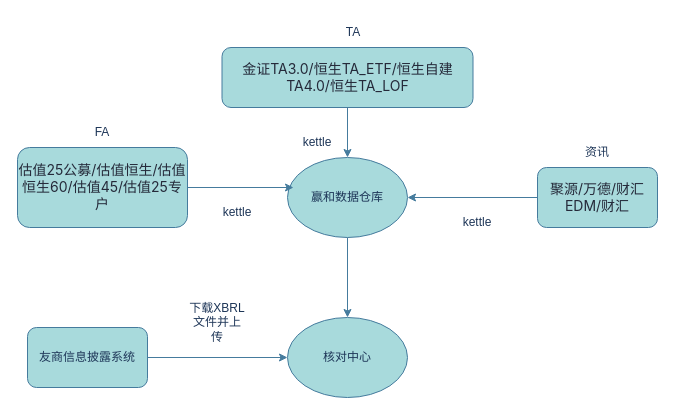
Before: 关联关系图.drawio in malianghorse/elsfk, a draw.io diagram. Source tidied: cells renumbered, new cells numbered last; positions are measured from the earlier drawing's top-left corner, leaving out a move shared by most shapes. Both pictures are drawn from the tidied source at 100%, with x=0, y=0 at pixel (17, 17).
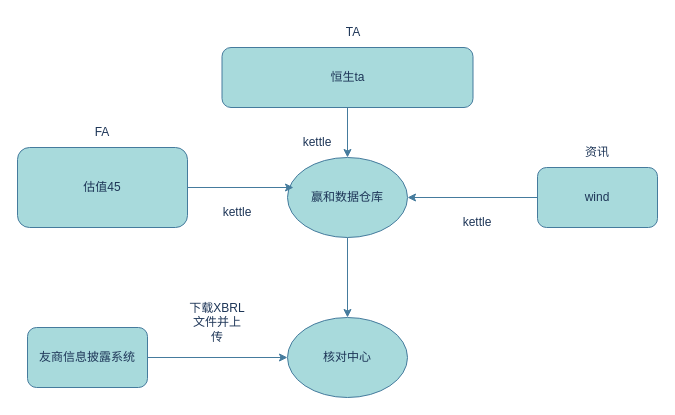
The same page after the edit.

Commit message:
更新关联关系图.drawio

Change to the diagram source:
```diff
@@
 <mxGraphModel>
   <root>
     <mxCell id="0" />
     <mxCell id="1" parent="0" />
     <mxCell id="2" style="edgeStyle=orthogonalEdgeStyle;rounded=0;jettySize=auto;html=1;labelBackgroundColor=#F1FAEE;strokeColor=#457B9D;fontColor=#1D3557;" parent="1" edge="1" source="3" target="15">
       <mxGeometry relative="1" as="geometry" />
     </mxCell>
     <mxCell id="3" value="赢和数据仓库" style="ellipse;whiteSpace=wrap;html=1;fillColor=#A8DADC;strokeColor=#457B9D;fontColor=#1D3557;" parent="1" vertex="1">
       <mxGeometry x="270" y="140" width="120" height="80" as="geometry" />
     </mxCell>
     <mxCell id="4" style="edgeStyle=orthogonalEdgeStyle;rounded=0;jettySize=auto;html=1;labelBackgroundColor=#F1FAEE;strokeColor=#457B9D;fontColor=#1D3557;" parent="1" edge="1" source="5" target="3">
       <mxGeometry relative="1" as="geometry" />
     </mxCell>
-    <mxCell id="5" value="&lt;span style=&quot;color: rgb(37, 42, 58); font-family: -apple-system, BlinkMacSystemFont, &amp;quot;Segoe UI&amp;quot;, &amp;quot;PingFang SC&amp;quot;, &amp;quot;Hiragino Sans GB&amp;quot;, &amp;quot;Microsoft YaHei&amp;quot;, &amp;quot;Helvetica Neue&amp;quot;, Helvetica, Arial, sans-serif, &amp;quot;Apple Color Emoji&amp;quot;, &amp;quot;Segoe UI Emoji&amp;quot;, &amp;quot;Segoe UI Symbol&amp;quot;; font-size: 14px; text-align: left;&quot;&gt;金证TA3.0/&lt;/span&gt;&lt;span style=&quot;color: rgb(37, 42, 58); font-family: -apple-system, BlinkMacSystemFont, &amp;quot;Segoe UI&amp;quot;, &amp;quot;PingFang SC&amp;quot;, &amp;quot;Hiragino Sans GB&amp;quot;, &amp;quot;Microsoft YaHei&amp;quot;, &amp;quot;Helvetica Neue&amp;quot;, Helvetica, Arial, sans-serif, &amp;quot;Apple Color Emoji&amp;quot;, &amp;quot;Segoe UI Emoji&amp;quot;, &amp;quot;Segoe UI Symbol&amp;quot;; font-size: 14px; text-align: left;&quot;&gt;恒生TA_ETF/&lt;/span&gt;&lt;span style=&quot;color: rgb(37, 42, 58); font-family: -apple-system, BlinkMacSystemFont, &amp;quot;Segoe UI&amp;quot;, &amp;quot;PingFang SC&amp;quot;, &amp;quot;Hiragino Sans GB&amp;quot;, &amp;quot;Microsoft YaHei&amp;quot;, &amp;quot;Helvetica Neue&amp;quot;, Helvetica, Arial, sans-serif, &amp;quot;Apple Color Emoji&amp;quot;, &amp;quot;Segoe UI Emoji&amp;quot;, &amp;quot;Segoe UI Symbol&amp;quot;; font-size: 14px; text-align: left;&quot;&gt;恒生自建TA4.0/&lt;/span&gt;&lt;span style=&quot;color: rgb(37, 42, 58); font-family: -apple-system, BlinkMacSystemFont, &amp;quot;Segoe UI&amp;quot;, &amp;quot;PingFang SC&amp;quot;, &amp;quot;Hiragino Sans GB&amp;quot;, &amp;quot;Microsoft YaHei&amp;quot;, &amp;quot;Helvetica Neue&amp;quot;, Helvetica, Arial, sans-serif, &amp;quot;Apple Color Emoji&amp;quot;, &amp;quot;Segoe UI Emoji&amp;quot;, &amp;quot;Segoe UI Symbol&amp;quot;; font-size: 14px; text-align: left;&quot;&gt;恒生TA_LOF&lt;/span&gt;" style="rounded=1;whiteSpace=wrap;html=1;fillColor=#A8DADC;strokeColor=#457B9D;fontColor=#1D3557;" parent="1" vertex="1">
+    <mxCell id="5" value="恒生ta" style="rounded=1;whiteSpace=wrap;html=1;fillColor=#A8DADC;strokeColor=#457B9D;fontColor=#1D3557;" parent="1" vertex="1">
       <mxGeometry x="204.5" y="30" width="251" height="60" as="geometry" />
     </mxCell>
     <mxCell id="6" style="edgeStyle=orthogonalEdgeStyle;rounded=0;jettySize=auto;html=1;entryX=0.05;entryY=0.375;entryDx=0;entryDy=0;entryPerimeter=0;labelBackgroundColor=#F1FAEE;strokeColor=#457B9D;fontColor=#1D3557;" parent="1" edge="1" source="7" target="3">
       <mxGeometry relative="1" as="geometry" />
     </mxCell>
-    <mxCell id="7" value="&lt;span style=&quot;color: rgb(37, 42, 58); font-family: -apple-system, BlinkMacSystemFont, &amp;quot;Segoe UI&amp;quot;, &amp;quot;PingFang SC&amp;quot;, &amp;quot;Hiragino Sans GB&amp;quot;, &amp;quot;Microsoft YaHei&amp;quot;, &amp;quot;Helvetica Neue&amp;quot;, Helvetica, Arial, sans-serif, &amp;quot;Apple Color Emoji&amp;quot;, &amp;quot;Segoe UI Emoji&amp;quot;, &amp;quot;Segoe UI Symbol&amp;quot;; font-size: 14px; text-align: left;&quot;&gt;估值25公募/&lt;/span&gt;&lt;span style=&quot;color: rgb(37, 42, 58); font-family: -apple-system, BlinkMacSystemFont, &amp;quot;Segoe UI&amp;quot;, &amp;quot;PingFang SC&amp;quot;, &amp;quot;Hiragino Sans GB&amp;quot;, &amp;quot;Microsoft YaHei&amp;quot;, &amp;quot;Helvetica Neue&amp;quot;, Helvetica, Arial, sans-serif, &amp;quot;Apple Color Emoji&amp;quot;, &amp;quot;Segoe UI Emoji&amp;quot;, &amp;quot;Segoe UI Symbol&amp;quot;; font-size: 14px; text-align: left;&quot;&gt;估值恒生/&lt;/span&gt;&lt;span style=&quot;color: rgb(37, 42, 58); font-family: -apple-system, BlinkMacSystemFont, &amp;quot;Segoe UI&amp;quot;, &amp;quot;PingFang SC&amp;quot;, &amp;quot;Hiragino Sans GB&amp;quot;, &amp;quot;Microsoft YaHei&amp;quot;, &amp;quot;Helvetica Neue&amp;quot;, Helvetica, Arial, sans-serif, &amp;quot;Apple Color Emoji&amp;quot;, &amp;quot;Segoe UI Emoji&amp;quot;, &amp;quot;Segoe UI Symbol&amp;quot;; font-size: 14px; text-align: left;&quot;&gt;估值恒生60/&lt;/span&gt;&lt;span style=&quot;color: rgb(37, 42, 58); font-family: -apple-system, BlinkMacSystemFont, &amp;quot;Segoe UI&amp;quot;, &amp;quot;PingFang SC&amp;quot;, &amp;quot;Hiragino Sans GB&amp;quot;, &amp;quot;Microsoft YaHei&amp;quot;, &amp;quot;Helvetica Neue&amp;quot;, Helvetica, Arial, sans-serif, &amp;quot;Apple Color Emoji&amp;quot;, &amp;quot;Segoe UI Emoji&amp;quot;, &amp;quot;Segoe UI Symbol&amp;quot;; font-size: 14px; text-align: left;&quot;&gt;估值45/&lt;/span&gt;&lt;span style=&quot;color: rgb(37, 42, 58); font-family: -apple-system, BlinkMacSystemFont, &amp;quot;Segoe UI&amp;quot;, &amp;quot;PingFang SC&amp;quot;, &amp;quot;Hiragino Sans GB&amp;quot;, &amp;quot;Microsoft YaHei&amp;quot;, &amp;quot;Helvetica Neue&amp;quot;, Helvetica, Arial, sans-serif, &amp;quot;Apple Color Emoji&amp;quot;, &amp;quot;Segoe UI Emoji&amp;quot;, &amp;quot;Segoe UI Symbol&amp;quot;; font-size: 14px; text-align: left;&quot;&gt;估值25专户&lt;/span&gt;" style="rounded=1;whiteSpace=wrap;html=1;fillColor=#A8DADC;strokeColor=#457B9D;fontColor=#1D3557;" parent="1" vertex="1">
+    <mxCell id="7" value="估值45" style="rounded=1;whiteSpace=wrap;html=1;fillColor=#A8DADC;strokeColor=#457B9D;fontColor=#1D3557;" parent="1" vertex="1">
       <mxGeometry y="130" width="170" height="80" as="geometry" />
     </mxCell>
     <mxCell id="8" style="edgeStyle=orthogonalEdgeStyle;rounded=0;jettySize=auto;html=1;entryX=1;entryY=0.5;entryDx=0;entryDy=0;labelBackgroundColor=#F1FAEE;strokeColor=#457B9D;fontColor=#1D3557;" parent="1" edge="1" source="9" target="3">
       <mxGeometry relative="1" as="geometry" />
     </mxCell>
-    <mxCell id="9" value="&lt;span style=&quot;color: rgb(37, 42, 58); font-family: -apple-system, BlinkMacSystemFont, &amp;quot;Segoe UI&amp;quot;, &amp;quot;PingFang SC&amp;quot;, &amp;quot;Hiragino Sans GB&amp;quot;, &amp;quot;Microsoft YaHei&amp;quot;, &amp;quot;Helvetica Neue&amp;quot;, Helvetica, Arial, sans-serif, &amp;quot;Apple Color Emoji&amp;quot;, &amp;quot;Segoe UI Emoji&amp;quot;, &amp;quot;Segoe UI Symbol&amp;quot;; font-size: 14px; text-align: left;&quot;&gt;聚源/&lt;/span&gt;&lt;span style=&quot;color: rgb(37, 42, 58); font-family: -apple-system, BlinkMacSystemFont, &amp;quot;Segoe UI&amp;quot;, &amp;quot;PingFang SC&amp;quot;, &amp;quot;Hiragino Sans GB&amp;quot;, &amp;quot;Microsoft YaHei&amp;quot;, &amp;quot;Helvetica Neue&amp;quot;, Helvetica, Arial, sans-serif, &amp;quot;Apple Color Emoji&amp;quot;, &amp;quot;Segoe UI Emoji&amp;quot;, &amp;quot;Segoe UI Symbol&amp;quot;; font-size: 14px; text-align: left;&quot;&gt;万德/&lt;/span&gt;&lt;span style=&quot;color: rgb(37, 42, 58); font-family: -apple-system, BlinkMacSystemFont, &amp;quot;Segoe UI&amp;quot;, &amp;quot;PingFang SC&amp;quot;, &amp;quot;Hiragino Sans GB&amp;quot;, &amp;quot;Microsoft YaHei&amp;quot;, &amp;quot;Helvetica Neue&amp;quot;, Helvetica, Arial, sans-serif, &amp;quot;Apple Color Emoji&amp;quot;, &amp;quot;Segoe UI Emoji&amp;quot;, &amp;quot;Segoe UI Symbol&amp;quot;; font-size: 14px; text-align: left;&quot;&gt;财汇EDM/&lt;/span&gt;&lt;span style=&quot;color: rgb(37, 42, 58); font-family: -apple-system, BlinkMacSystemFont, &amp;quot;Segoe UI&amp;quot;, &amp;quot;PingFang SC&amp;quot;, &amp;quot;Hiragino Sans GB&amp;quot;, &amp;quot;Microsoft YaHei&amp;quot;, &amp;quot;Helvetica Neue&amp;quot;, Helvetica, Arial, sans-serif, &amp;quot;Apple Color Emoji&amp;quot;, &amp;quot;Segoe UI Emoji&amp;quot;, &amp;quot;Segoe UI Symbol&amp;quot;; font-size: 14px; text-align: left;&quot;&gt;财汇&lt;/span&gt;" style="rounded=1;whiteSpace=wrap;html=1;fillColor=#A8DADC;strokeColor=#457B9D;fontColor=#1D3557;" parent="1" vertex="1">
+    <mxCell id="9" value="wind" style="rounded=1;whiteSpace=wrap;html=1;fillColor=#A8DADC;strokeColor=#457B9D;fontColor=#1D3557;" parent="1" vertex="1">
       <mxGeometry x="520" y="150" width="120" height="60" as="geometry" />
     </mxCell>
     <mxCell id="10" value="资讯" style="text;html=1;strokeColor=none;fillColor=none;align=center;verticalAlign=middle;whiteSpace=wrap;rounded=0;labelBackgroundColor=none;fontColor=#1D3557;" parent="1" vertex="1">
       <mxGeometry x="550" y="120" width="60" height="30" as="geometry" />
     </mxCell>
     <mxCell id="11" value="FA" style="text;html=1;strokeColor=none;fillColor=none;align=center;verticalAlign=middle;whiteSpace=wrap;rounded=0;labelBackgroundColor=none;fontColor=#1D3557;" parent="1" vertex="1">
       <mxGeometry x="55" y="100" width="60" height="30" as="geometry" />
     </mxCell>
     <mxCell id="12" value="kettle" style="text;html=1;strokeColor=none;fillColor=none;align=center;verticalAlign=middle;whiteSpace=wrap;rounded=0;labelBackgroundColor=none;fontColor=#1D3557;" parent="1" vertex="1">
       <mxGeometry x="270" y="110" width="60" height="30" as="geometry" />
     </mxCell>
     <mxCell id="13" value="kettle" style="text;html=1;strokeColor=none;fillColor=none;align=center;verticalAlign=middle;whiteSpace=wrap;rounded=0;labelBackgroundColor=none;fontColor=#1D3557;" parent="1" vertex="1">
       <mxGeometry x="190" y="180" width="60" height="30" as="geometry" />
     </mxCell>
     <mxCell id="14" value="kettle" style="text;html=1;strokeColor=none;fillColor=none;align=center;verticalAlign=middle;whiteSpace=wrap;rounded=0;labelBackgroundColor=none;fontColor=#1D3557;" parent="1" vertex="1">
       <mxGeometry x="430" y="190" width="60" height="30" as="geometry" />
     </mxCell>
     <mxCell id="15" value="核对中心" style="ellipse;whiteSpace=wrap;html=1;labelBackgroundColor=none;fillColor=#A8DADC;strokeColor=#457B9D;fontColor=#1D3557;" parent="1" vertex="1">
       <mxGeometry x="270" y="300" width="120" height="80" as="geometry" />
     </mxCell>
     <mxCell id="16" style="edgeStyle=orthogonalEdgeStyle;rounded=0;jettySize=auto;html=1;labelBackgroundColor=#F1FAEE;strokeColor=#457B9D;fontColor=#1D3557;" parent="1" edge="1" source="17" target="15">
       <mxGeometry relative="1" as="geometry" />
     </mxCell>
     <mxCell id="17" value="友商信息披露系统" style="rounded=1;whiteSpace=wrap;html=1;labelBackgroundColor=none;fillColor=#A8DADC;strokeColor=#457B9D;fontColor=#1D3557;" parent="1" vertex="1">
       <mxGeometry x="10" y="310" width="120" height="60" as="geometry" />
     </mxCell>
     <mxCell id="18" value="下载XBRL文件并上传" style="text;html=1;strokeColor=none;fillColor=none;align=center;verticalAlign=middle;whiteSpace=wrap;rounded=0;labelBackgroundColor=none;fontColor=#1D3557;" parent="1" vertex="1">
       <mxGeometry x="170" y="290" width="60" height="30" as="geometry" />
     </mxCell>
     <mxCell id="19" value="TA" style="text;html=1;strokeColor=none;fillColor=none;align=center;verticalAlign=middle;whiteSpace=wrap;rounded=0;labelBackgroundColor=#FFFFFF;fontColor=#1D3557;" parent="1" vertex="1">
       <mxGeometry x="306" width="60" height="30" as="geometry" />
     </mxCell>
   </root>
 </mxGraphModel>
```
